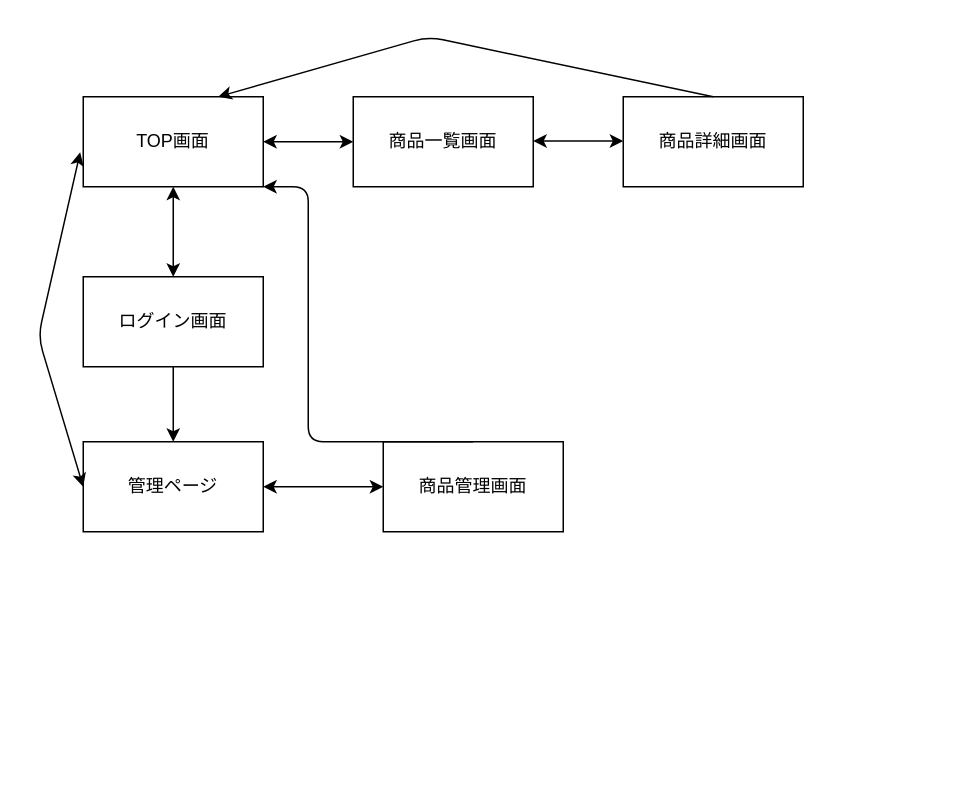
Earlier version of the draw.io diagram config/Transition.dio (waaawoo/kuriyosi). Source tidied: cells renumbered, new cells numbered last; positions are measured from the earlier drawing's top-left corner, leaving out a move shared by most shapes. Both pictures are drawn from the tidied source at 150%, with x=0, y=0 at pixel (38, 36).
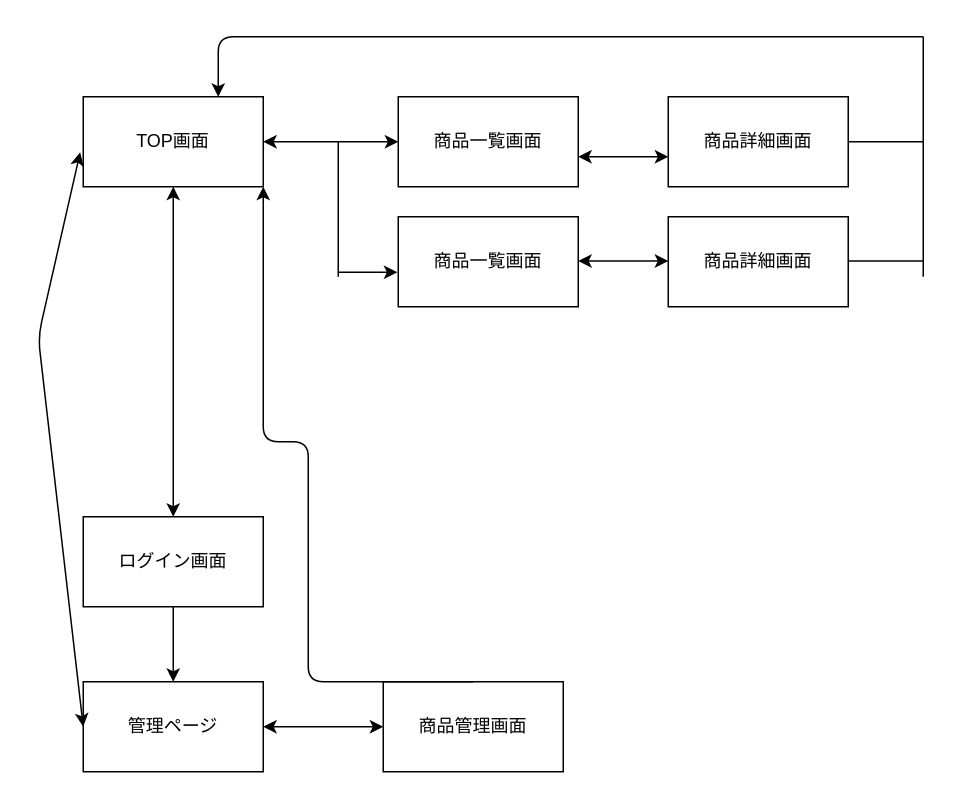
The same diagram, later.

Commit message (it also covers changes not shown here):
テーブル設計、遷移図を記載

The change refers to these unchanged cells:
```xml
<mxCell id="2" value="TOP画面" style="rounded=0;whiteSpace=wrap;html=1;" parent="1" vertex="1">
  <mxGeometry x="30" y="40" width="120" height="60" as="geometry" />
</mxCell>
```

Diff of the diagram source:
```diff
@@
     <mxCell id="3" value="ログイン画面" style="rounded=0;whiteSpace=wrap;html=1;" parent="1" vertex="1">
-      <mxGeometry x="30" y="160" width="120" height="60" as="geometry" />
+      <mxGeometry x="30" y="320" width="120" height="60" as="geometry" />
     </mxCell>
     <mxCell id="4" value="管理ページ" style="rounded=0;whiteSpace=wrap;html=1;" parent="1" vertex="1">
-      <mxGeometry x="30" y="270" width="120" height="60" as="geometry" />
+      <mxGeometry x="30" y="430" width="120" height="60" as="geometry" />
     </mxCell>
     <mxCell id="5" value="商品管理画面" style="rounded=0;whiteSpace=wrap;html=1;" parent="1" vertex="1">
-      <mxGeometry x="230" y="270" width="120" height="60" as="geometry" />
+      <mxGeometry x="230" y="430" width="120" height="60" as="geometry" />
     </mxCell>
-    <mxCell id="6" style="endArrow=classic;html=1;" parent="1" edge="1" target="4">
-      <mxGeometry relative="1" as="geometry">
-        <mxPoint x="90" y="220" as="sourcePoint" />
-      </mxGeometry>
+    <mxCell id="6" style="endArrow=classic;html=1;exitX=0.5;exitY=1;exitDx=0;exitDy=0;" parent="1" edge="1" source="3" target="4">
+      <mxGeometry relative="1" as="geometry" />
     </mxCell>
@@
     <mxCell id="10" value="商品一覧画面" style="rounded=0;whiteSpace=wrap;html=1;" parent="1" vertex="1">
-      <mxGeometry x="210" y="40" width="120" height="60" as="geometry" />
+      <mxGeometry x="240" y="40" width="120" height="60" as="geometry" />
     </mxCell>
     <mxCell id="11" value="商品詳細画面" style="rounded=0;whiteSpace=wrap;html=1;" parent="1" vertex="1">
-      <mxGeometry x="390" y="40" width="120" height="60" as="geometry" />
+      <mxGeometry x="420" y="40" width="120" height="60" as="geometry" />
     </mxCell>
@@
     <mxCell id="13" style="endArrow=classic;startArrow=classic;html=1;entryX=0;entryY=0.5;entryDx=0;entryDy=0;exitX=1;exitY=0.5;exitDx=0;exitDy=0;" parent="1" edge="1">
       <mxGeometry relative="1" as="geometry">
-        <mxPoint x="330" y="69.5" as="sourcePoint" />
-        <mxPoint x="390" y="69.5" as="targetPoint" />
+        <mxPoint x="360" y="80" as="sourcePoint" />
+        <mxPoint x="420" y="80" as="targetPoint" />
       </mxGeometry>
     </mxCell>
-    <mxCell id="14" style="endArrow=classic;html=1;exitX=0.5;exitY=0;exitDx=0;exitDy=0;entryX=0.75;entryY=0;entryDx=0;entryDy=0;" parent="1" edge="1" source="11" target="2">
+    <mxCell id="14" style="endArrow=classic;html=1;entryX=0.75;entryY=0;entryDx=0;entryDy=0;" parent="1" edge="1" target="2">
       <mxGeometry relative="1" as="geometry">
+        <mxPoint x="590" as="sourcePoint" />
         <Array as="points">
           <mxPoint x="260" />
+          <mxPoint x="120" />
         </Array>
       </mxGeometry>
     </mxCell>
     <mxCell id="15" style="endArrow=classic;html=1;exitX=0.5;exitY=0;exitDx=0;exitDy=0;entryX=1;entryY=1;entryDx=0;entryDy=0;" parent="1" edge="1" source="5" target="2">
       <mxGeometry relative="1" as="geometry">
         <Array as="points">
+          <mxPoint x="180" y="430" />
           <mxPoint x="180" y="270" />
-          <mxPoint x="180" y="100" />
+          <mxPoint x="150" y="270" />
+          <mxPoint x="150" y="140" />
         </Array>
       </mxGeometry>
     </mxCell>
+    <mxCell id="16" value="商品一覧画面" style="rounded=0;whiteSpace=wrap;html=1;" parent="1" vertex="1">
+      <mxGeometry x="240" y="120" width="120" height="60" as="geometry" />
+    </mxCell>
+    <mxCell id="17" value="商品詳細画面" style="rounded=0;whiteSpace=wrap;html=1;" parent="1" vertex="1">
+      <mxGeometry x="420" y="120" width="120" height="60" as="geometry" />
+    </mxCell>
+    <mxCell id="18" style="endArrow=classic;startArrow=classic;html=1;entryX=0;entryY=0.5;entryDx=0;entryDy=0;exitX=1;exitY=0.5;exitDx=0;exitDy=0;" parent="1" edge="1">
+      <mxGeometry relative="1" as="geometry">
+        <mxPoint x="360" y="149.5" as="sourcePoint" />
+        <mxPoint x="420" y="149.5" as="targetPoint" />
+      </mxGeometry>
+    </mxCell>
+    <mxCell id="19" style="endArrow=none;html=1;" parent="1" edge="1">
+      <mxGeometry relative="1" as="geometry">
+        <mxPoint x="590" y="160" as="sourcePoint" />
+        <mxPoint x="590" as="targetPoint" />
+      </mxGeometry>
+    </mxCell>
+    <mxCell id="20" style="endArrow=none;html=1;" parent="1" edge="1">
+      <mxGeometry relative="1" as="geometry">
+        <mxPoint x="540" y="70" as="sourcePoint" />
+        <mxPoint x="590" y="70" as="targetPoint" />
+      </mxGeometry>
+    </mxCell>
+    <mxCell id="21" style="endArrow=none;html=1;" parent="1" edge="1">
+      <mxGeometry relative="1" as="geometry">
+        <mxPoint x="540" y="149.5" as="sourcePoint" />
+        <mxPoint x="590" y="149.5" as="targetPoint" />
+      </mxGeometry>
+    </mxCell>
+    <mxCell id="22" style="endArrow=none;html=1;" parent="1" edge="1">
+      <mxGeometry relative="1" as="geometry">
+        <mxPoint x="200" y="160" as="sourcePoint" />
+        <mxPoint x="200" y="70" as="targetPoint" />
+      </mxGeometry>
+    </mxCell>
+    <mxCell id="23" style="endArrow=classic;html=1;entryX=-0.005;entryY=0.617;entryDx=0;entryDy=0;entryPerimeter=0;" parent="1" edge="1" target="16">
+      <mxGeometry relative="1" as="geometry">
+        <mxPoint x="200" y="157" as="sourcePoint" />
+      </mxGeometry>
+    </mxCell>
```
